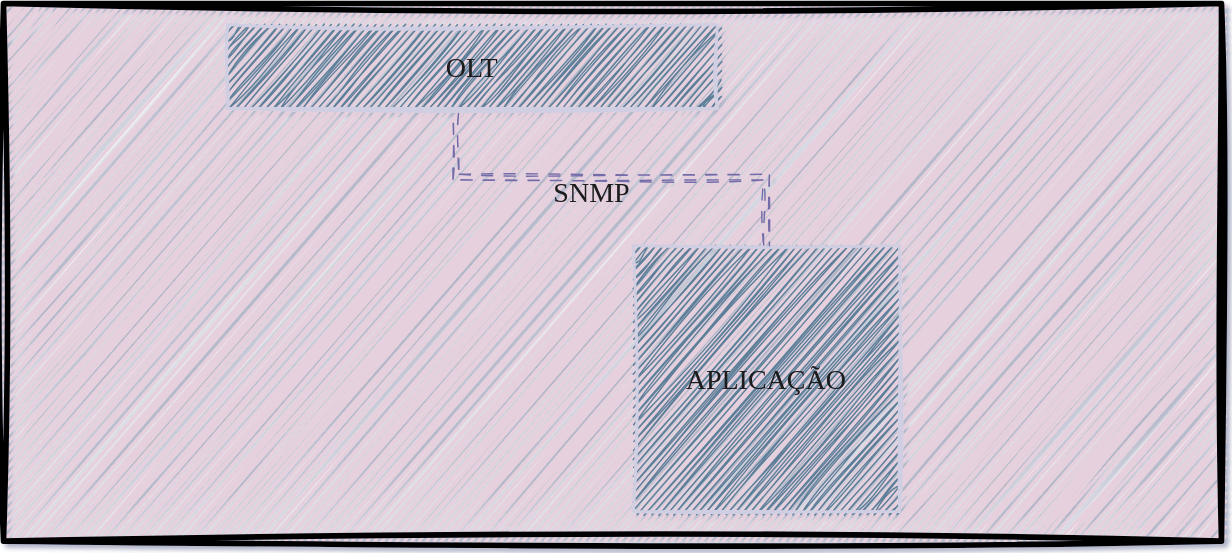
Before: img/sc-olt-intelbras-8820i.drawio.svg, a diagram exported from draw.io (saulotarsobc/sc-olt-intelbras-gpon). Source tidied: cells renumbered, new cells last; positions are measured from the earlier drawing's top-left corner, leaving out a move shared by most shapes.
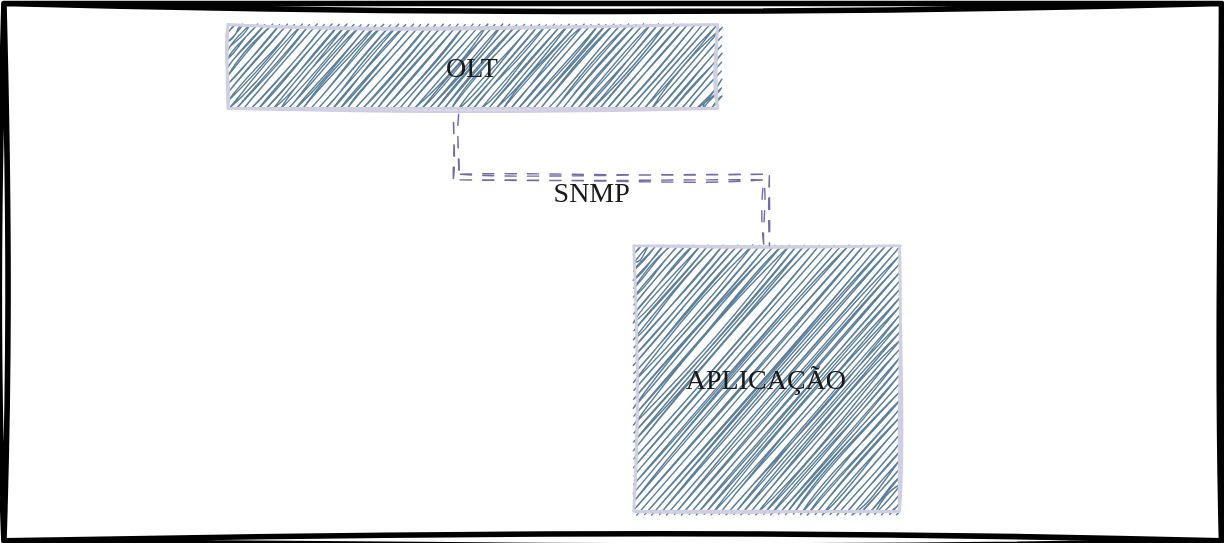
Above is the later version.

The edit, as a diff of the source:
```diff
@@ -1,8 +1,8 @@
-<mxGraphModel>
+<mxGraphModel background="#ffffff">
   <root>
     <mxCell id="0" />
     <mxCell id="1" parent="0" />
-    <mxCell id="2" style="rounded=0;whiteSpace=wrap;html=1;sketch=1;hachureGap=4;jiggle=2;curveFitting=1;fontFamily=Architects Daughter;fontSource=https%3A%2F%2Ffonts.googleapis.com%2Fcss%3Ffamily%3DArchitects%2BDaughter;fontSize=20;strokeWidth=4;fillColor=#E6D0DE;" parent="1" vertex="1">
+    <mxCell id="2" style="rounded=0;whiteSpace=wrap;html=1;sketch=1;hachureGap=4;jiggle=2;curveFitting=1;fontFamily=Architects Daughter;fontSource=https%3A%2F%2Ffonts.googleapis.com%2Fcss%3Ffamily%3DArchitects%2BDaughter;fontSize=20;strokeWidth=4;fillColor=default;" parent="1" vertex="1">
       <mxGeometry width="870" height="384" as="geometry" />
     </mxCell>
     <mxCell id="3" value="OLT" style="rounded=0;whiteSpace=wrap;html=1;sketch=1;hachureGap=4;jiggle=2;curveFitting=1;fontFamily=Architects Daughter;fontSource=https%3A%2F%2Ffonts.googleapis.com%2Fcss%3Ffamily%3DArchitects%2BDaughter;fontSize=20;labelBackgroundColor=none;fillColor=#5D7F99;strokeColor=#D0CEE2;fontColor=#1A1A1A;gradientColor=none;strokeWidth=2;" parent="1" vertex="1">
```
